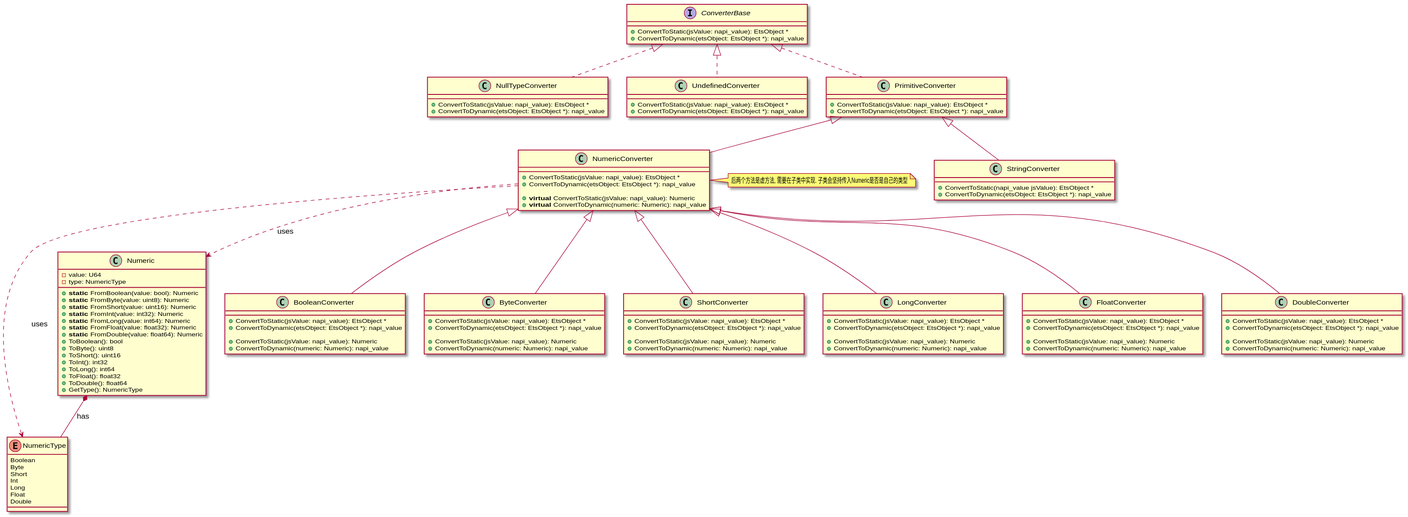
Above: diagrams/generated_svgs/converter.svg in MockMockBlack/InteropRefactorDesign (PlantUML), before the change.
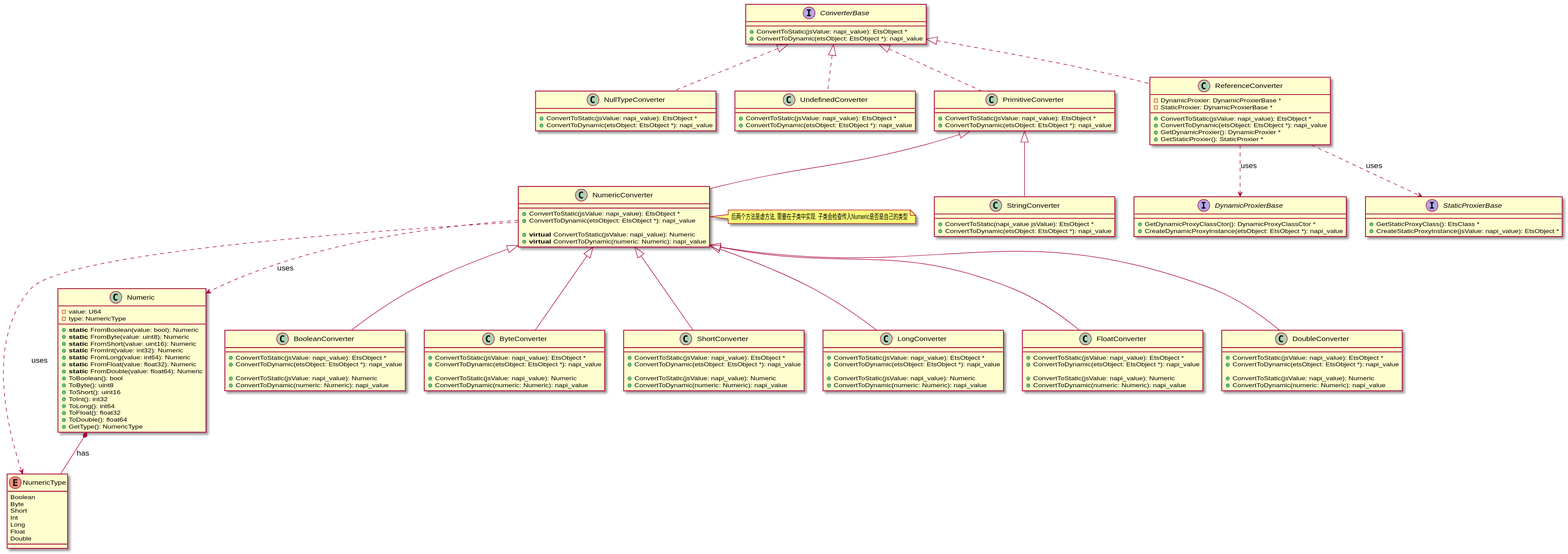
The same file after the commit.

Commit message:
Auto-generate SVGs from PlantUML

Diff of the diagram source:
```diff
@@ -65,7 +65,7 @@
 }
 
 note right of NumericConverter
-  后两个方法是虚方法, 需要在子类中实现. 子类会坚持传入Numeric是否是自己的类型
+  后两个方法是虚方法, 需要在子类中实现. 子类会检查传入Numeric是否是自己的类型
 end note
 
 
@@ -125,6 +125,28 @@
     + ConvertToDynamic(etsObject: EtsObject *): napi_value
 }
 
+class ReferenceConverter implements ConverterBase {
+    - DynamicProxier: DynamicProxierBase *
+    - StaticProxier: DynamicProxierBase *
+    + ConvertToStatic(jsValue: napi_value): EtsObject *
+    + ConvertToDynamic(etsObject: EtsObject *): napi_value
+    + GetDynamicProxier(): DynamicProxier *
+    + GetStaticProxier(): StaticProxier *
+}
+
+interface DynamicProxierBase {
+    + GetDynamicProxyClassCtor(): DynamicProxyClassCtor *
+    + CreateDynamicProxyInstance(etsObject: EtsObject *): napi_value
+}
+
+interface StaticProxierBase {
+    + GetStaticProxyClass(): EtsClass *
+    + CreateStaticProxyInstance(jsValue: napi_value): EtsObject *
+}
+
+ReferenceConverter ..> DynamicProxierBase : uses
+ReferenceConverter ..> StaticProxierBase : uses
+
 
 
 
```
